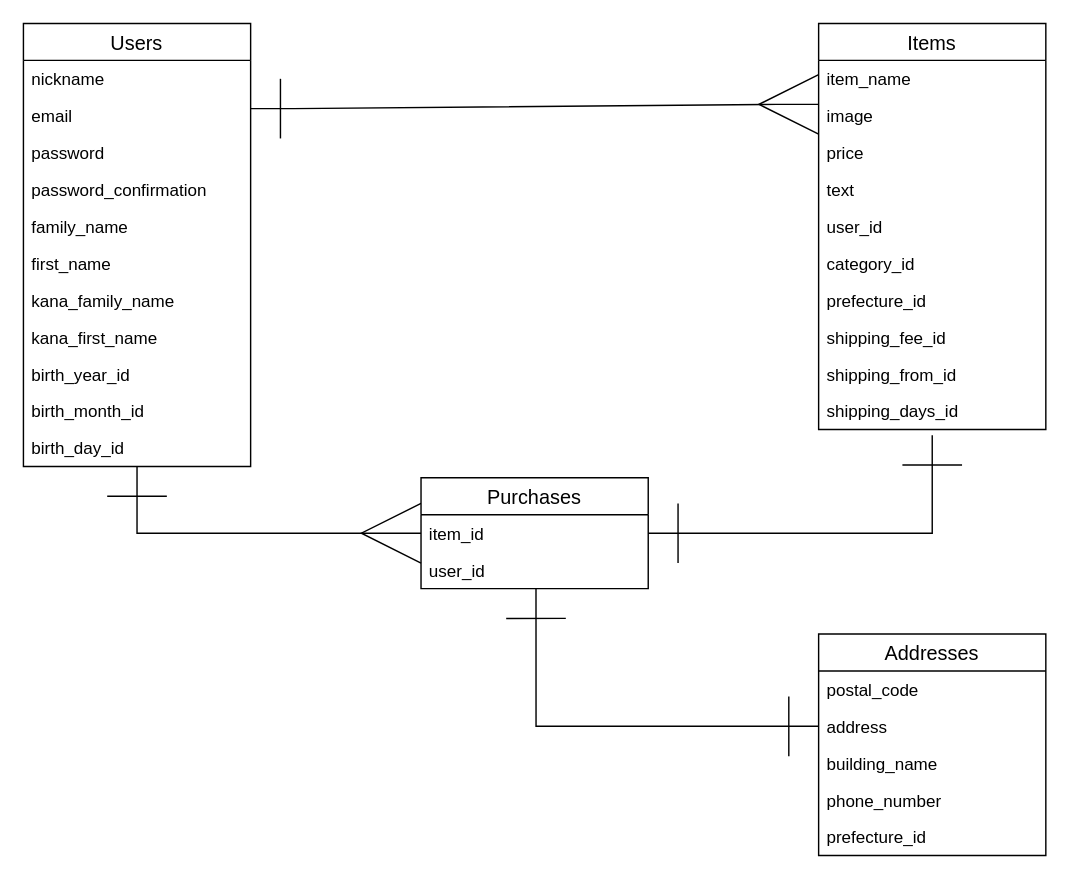
Before: config/ERD.drawio in phyirome/furima-29228, a draw.io diagram. Source tidied: cells renumbered, new cells numbered last; positions are measured from the earlier drawing's top-left corner, leaving out a move shared by most shapes. Both pictures are drawn from the tidied source at 142%, with x=0, y=0 at pixel (23, 23).
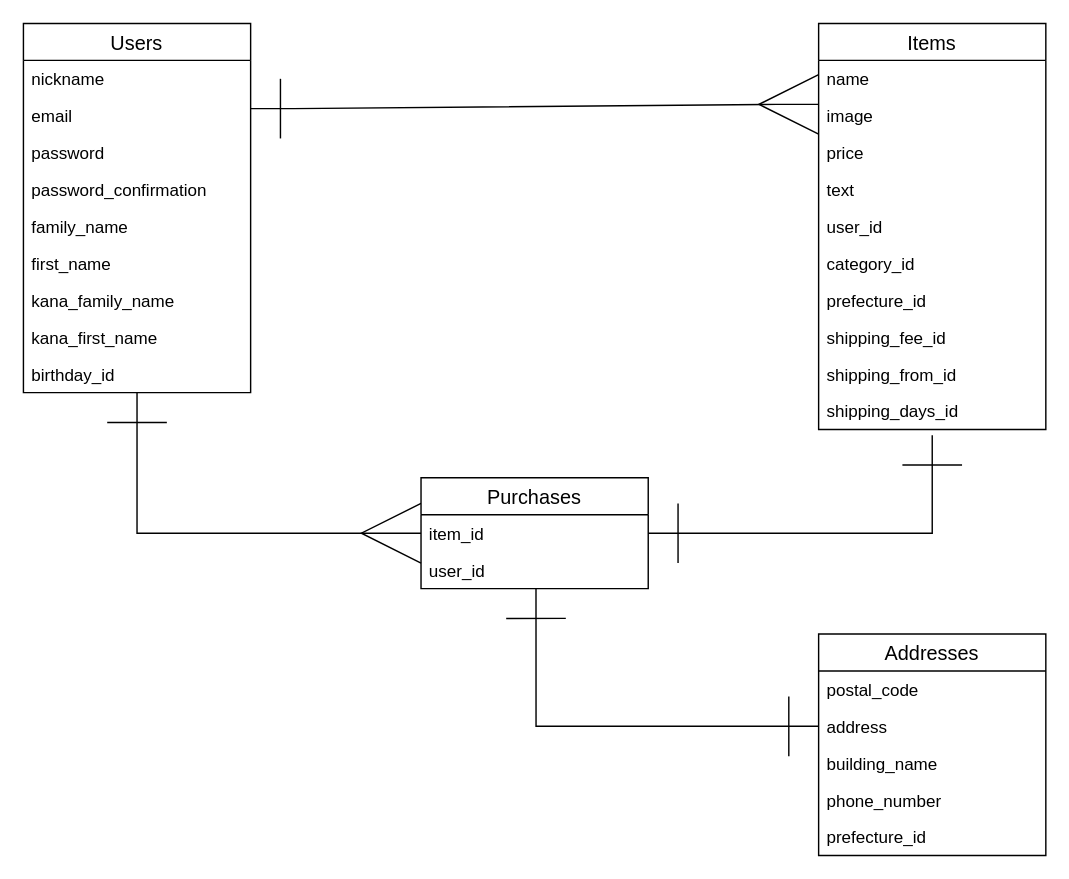
After the change.

Commit message (it also covers changes not shown here):
ER図とデータベース設計の修正5

Unchanged cells that the change refers to:
```xml
<mxCell id="14" value="Items" style="swimlane;fontStyle=0;horizontal=1;startSize=26;align=center;fontSize=14;" parent="1" vertex="1">
  <mxGeometry x="560" width="160" height="286" as="geometry" />
</mxCell>
```

Change to the diagram source:
```diff
@@
     <mxCell id="2" value="Users" style="swimlane;fontStyle=0;horizontal=1;startSize=26;align=center;fontSize=14;" parent="1" vertex="1">
-      <mxGeometry width="160" height="312" as="geometry" />
+      <mxGeometry width="160" height="260" as="geometry" />
     </mxCell>
@@
-    <mxCell id="11" value="birth_year_id" style="text;strokeColor=none;fillColor=none;spacingLeft=4;spacingRight=4;overflow=hidden;points=[[0,0.5],[1,0.5]];portConstraint=eastwest;fontSize=12;" parent="2" vertex="1">
+    <mxCell id="11" value="birthday_id" style="text;strokeColor=none;fillColor=none;spacingLeft=4;spacingRight=4;overflow=hidden;points=[[0,0.5],[1,0.5]];portConstraint=eastwest;fontSize=12;" parent="2" vertex="1">
       <mxGeometry y="234" width="160" height="26" as="geometry" />
     </mxCell>
-    <mxCell id="12" value="birth_month_id" style="text;strokeColor=none;fillColor=none;spacingLeft=4;spacingRight=4;overflow=hidden;fontSize=12;" parent="2" vertex="1">
-      <mxGeometry y="260" width="160" height="26" as="geometry" />
-    </mxCell>
-    <mxCell id="13" value="birth_day_id" style="text;strokeColor=none;fillColor=none;spacingLeft=4;spacingRight=4;overflow=hidden;points=[[0,0.5],[1,0.5]];portConstraint=eastwest;fontSize=12;" parent="2" vertex="1">
-      <mxGeometry y="286" width="160" height="26" as="geometry" />
-    </mxCell>
@@
-    <mxCell id="15" value="item_name" style="text;strokeColor=none;fillColor=none;spacingLeft=4;spacingRight=4;overflow=hidden;fontSize=12;" parent="14" vertex="1">
+    <mxCell id="15" value="name" style="text;strokeColor=none;fillColor=none;spacingLeft=4;spacingRight=4;overflow=hidden;fontSize=12;" parent="14" vertex="1">
       <mxGeometry y="26" width="160" height="26" as="geometry" />
     </mxCell>
@@
-    <mxCell id="27" style="edgeStyle=none;rounded=0;jettySize=auto;html=1;exitX=0;exitY=0.5;exitDx=0;exitDy=0;endArrow=ERone;endFill=0;endSize=40;startSize=40;startArrow=ERmany;startFill=0;entryX=0.5;entryY=1;entryDx=0;entryDy=0;entryPerimeter=0;" parent="1" edge="1" target="13">
+    <mxCell id="27" style="edgeStyle=none;rounded=0;jettySize=auto;html=1;exitX=0;exitY=0.5;exitDx=0;exitDy=0;endArrow=ERone;endFill=0;endSize=40;startSize=40;startArrow=ERmany;startFill=0;entryX=0.5;entryY=1;entryDx=0;entryDy=0;entryPerimeter=0;" parent="1" edge="1" target="11">
       <mxGeometry relative="1" as="geometry">
         <mxPoint x="280" y="359" as="sourcePoint" />
         <Array as="points">
           <mxPoint x="80" y="359" />
         </Array>
       </mxGeometry>
     </mxCell>
```
